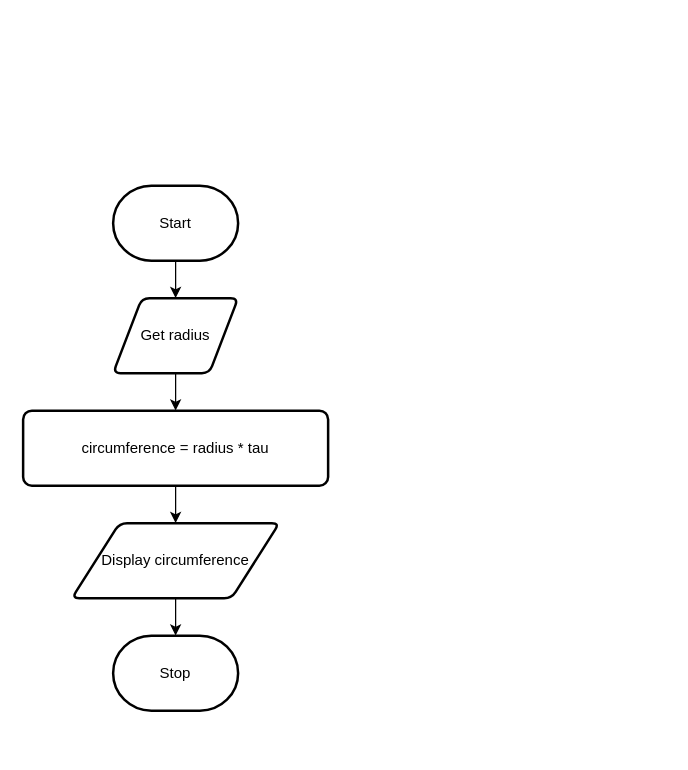
This is design.drawio from Samuel-Webster-178/ICS3U-Unit5-Unit5-01-Python, a draw.io file, before an edit. Source tidied: cells renumbered, new cells numbered last; positions are measured from the earlier drawing's top-left corner, leaving out a move shared by most shapes. Both pictures are drawn from the tidied source at 125%, with x=0, y=0 at pixel (22, 185).
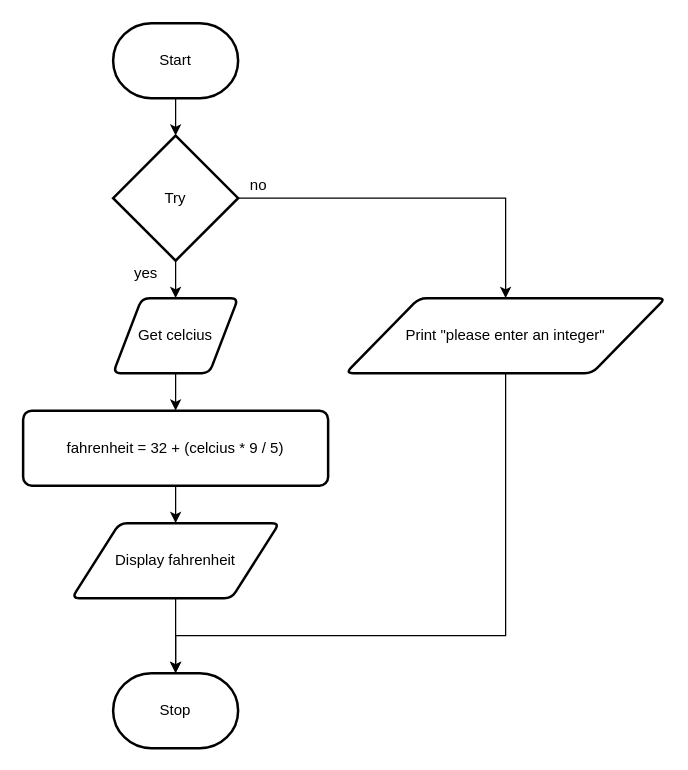
The same diagram, later.

Change to the diagram source:
```diff
@@
 <mxGraphModel>
   <root>
     <mxCell id="0" />
     <mxCell id="1" parent="0" />
-    <mxCell id="2" style="edgeStyle=none;html=1;" parent="1" edge="1" source="3" target="5">
-      <mxGeometry relative="1" as="geometry" />
-    </mxCell>
+    <mxCell id="11" style="edgeStyle=none;html=1;" parent="1" edge="1" source="3" target="14">
+      <mxGeometry relative="1" as="geometry" />
+    </mxCell>
     <mxCell id="3" value="Start" style="strokeWidth=2;html=1;shape=mxgraph.flowchart.terminator;whiteSpace=wrap;" parent="1" vertex="1">
-      <mxGeometry x="72" width="100" height="60" as="geometry" />
+      <mxGeometry x="72" y="-130" width="100" height="60" as="geometry" />
     </mxCell>
     <mxCell id="4" style="edgeStyle=none;html=1;" parent="1" edge="1" source="5" target="7">
       <mxGeometry relative="1" as="geometry" />
     </mxCell>
-    <mxCell id="5" value="Get radius" style="shape=parallelogram;html=1;strokeWidth=2;perimeter=parallelogramPerimeter;whiteSpace=wrap;rounded=1;arcSize=12;size=0.23;" parent="1" vertex="1">
+    <mxCell id="5" value="Get celcius" style="shape=parallelogram;html=1;strokeWidth=2;perimeter=parallelogramPerimeter;whiteSpace=wrap;rounded=1;arcSize=12;size=0.23;" parent="1" vertex="1">
       <mxGeometry x="72" y="90" width="100" height="60" as="geometry" />
     </mxCell>
     <mxCell id="6" style="edgeStyle=none;html=1;" parent="1" edge="1" source="7" target="9">
       <mxGeometry relative="1" as="geometry" />
     </mxCell>
-    <mxCell id="7" value="circumference = radius * tau" style="rounded=1;whiteSpace=wrap;html=1;absoluteArcSize=1;arcSize=14;strokeWidth=2;" parent="1" vertex="1">
+    <mxCell id="7" value="fahrenheit = 32 + (celcius * 9 / 5)" style="rounded=1;whiteSpace=wrap;html=1;absoluteArcSize=1;arcSize=14;strokeWidth=2;" parent="1" vertex="1">
       <mxGeometry y="180" width="244" height="60" as="geometry" />
     </mxCell>
-    <mxCell id="8" style="edgeStyle=none;html=1;" parent="1" edge="1" source="9" target="10">
+    <mxCell id="8" style="edgeStyle=orthogonalEdgeStyle;rounded=0;html=1;entryX=0.5;entryY=0;entryDx=0;entryDy=0;entryPerimeter=0;" parent="1" edge="1" source="9" target="10">
       <mxGeometry relative="1" as="geometry" />
     </mxCell>
-    <mxCell id="9" value="Display circumference" style="shape=parallelogram;html=1;strokeWidth=2;perimeter=parallelogramPerimeter;whiteSpace=wrap;rounded=1;arcSize=12;size=0.23;" parent="1" vertex="1">
+    <mxCell id="9" value="Display fahrenheit" style="shape=parallelogram;html=1;strokeWidth=2;perimeter=parallelogramPerimeter;whiteSpace=wrap;rounded=1;arcSize=12;size=0.23;" parent="1" vertex="1">
       <mxGeometry x="39" y="270" width="166" height="60" as="geometry" />
     </mxCell>
     <mxCell id="10" value="Stop" style="strokeWidth=2;html=1;shape=mxgraph.flowchart.terminator;whiteSpace=wrap;" parent="1" vertex="1">
-      <mxGeometry x="72" y="360" width="100" height="60" as="geometry" />
+      <mxGeometry x="72" y="390" width="100" height="60" as="geometry" />
     </mxCell>
+    <mxCell id="12" style="edgeStyle=none;html=1;" parent="1" edge="1" source="14" target="5">
+      <mxGeometry relative="1" as="geometry" />
+    </mxCell>
+    <mxCell id="13" style="edgeStyle=orthogonalEdgeStyle;html=1;entryX=0.5;entryY=0;entryDx=0;entryDy=0;rounded=0;" parent="1" edge="1" source="14" target="16">
+      <mxGeometry relative="1" as="geometry" />
+    </mxCell>
+    <mxCell id="14" value="Try" style="strokeWidth=2;html=1;shape=mxgraph.flowchart.decision;whiteSpace=wrap;" parent="1" vertex="1">
+      <mxGeometry x="72" y="-40" width="100" height="100" as="geometry" />
+    </mxCell>
+    <mxCell id="15" style="edgeStyle=orthogonalEdgeStyle;rounded=0;html=1;" parent="1" edge="1" source="16" target="10">
+      <mxGeometry relative="1" as="geometry">
+        <Array as="points">
+          <mxPoint x="386" y="360" />
+          <mxPoint x="122" y="360" />
+        </Array>
+      </mxGeometry>
+    </mxCell>
+    <mxCell id="16" value="Print &quot;please enter an integer&quot;" style="shape=parallelogram;html=1;strokeWidth=2;perimeter=parallelogramPerimeter;whiteSpace=wrap;rounded=1;arcSize=12;size=0.23;" parent="1" vertex="1">
+      <mxGeometry x="258" y="90" width="256" height="60" as="geometry" />
+    </mxCell>
+    <mxCell id="17" value="yes" style="text;html=1;align=center;verticalAlign=middle;strokeColor=none;fillColor=none;" parent="1" vertex="1">
+      <mxGeometry x="83" y="60" width="30" height="20" as="geometry" />
+    </mxCell>
+    <mxCell id="18" value="no" style="text;html=1;align=center;verticalAlign=middle;strokeColor=none;fillColor=none;" parent="1" vertex="1">
+      <mxGeometry x="173" y="-10" width="30" height="20" as="geometry" />
+    </mxCell>
   </root>
 </mxGraphModel>
```
